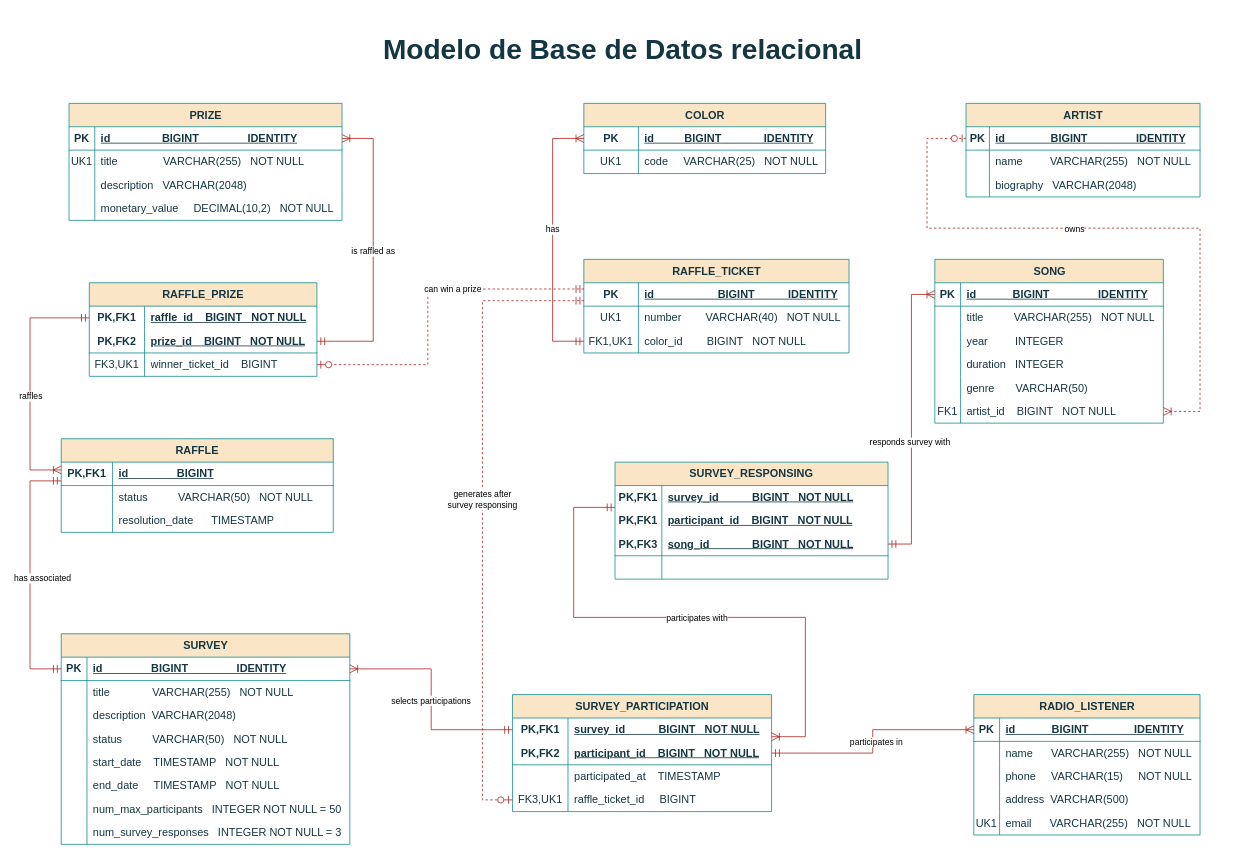
Earlier version of the draw.io diagram page "Modelo BBDD Relacional" (4 of 6) of docs/diagramas-proyecto-01.drawio (davorpa/musical-surveyor-springboot-api). Source tidied: cells renumbered, new cells numbered last; positions are measured from the earlier drawing's top-left corner, leaving out a move shared by most shapes. Both pictures are drawn from the tidied source at 78%, with x=0, y=0 at pixel (22, 25).
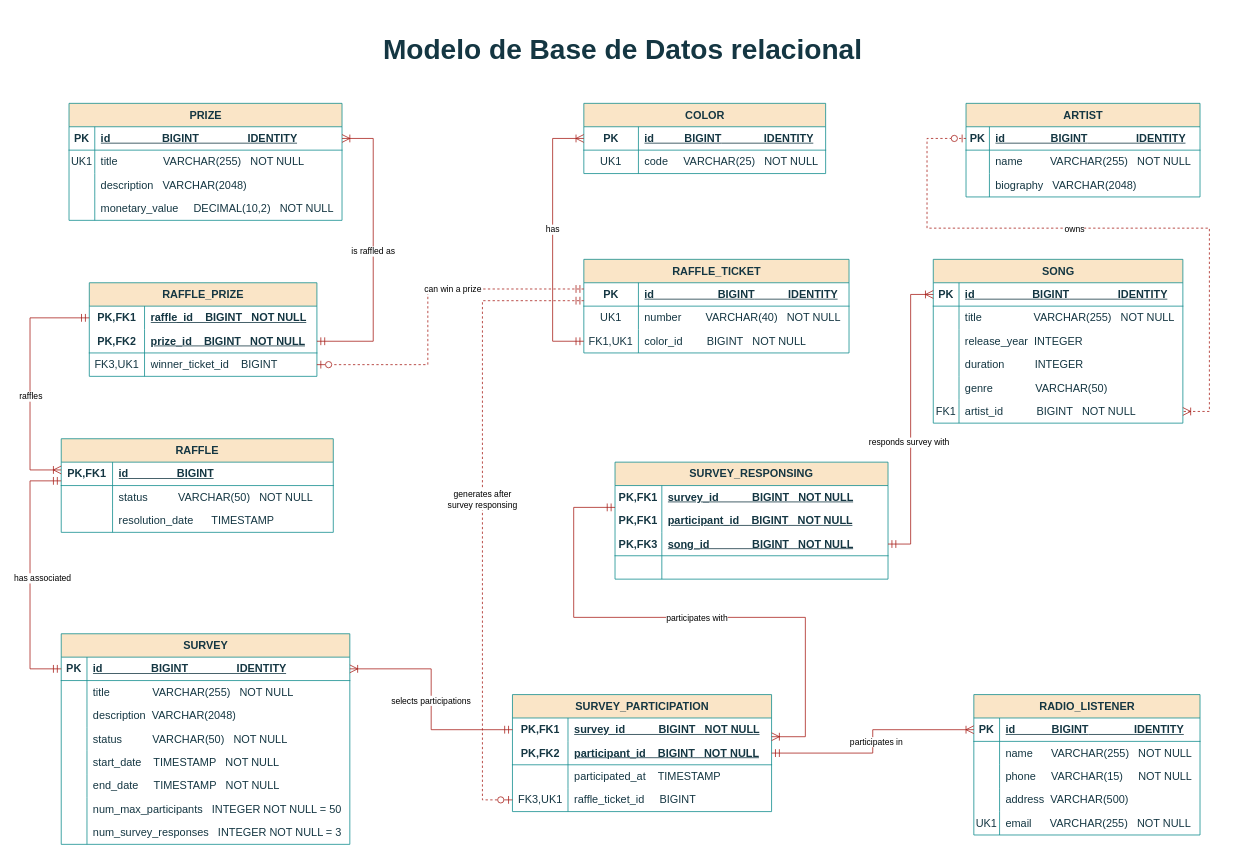
The same page after the edit.

Commit message (it also covers changes not shown here):
refactor!: rename SQL column and entity `Song` field `year`-> `release_year`

The change refers to these unchanged cells:
```xml
<mxCell id="3" style="shape=tableRow;horizontal=0;startSize=0;swimlaneHead=0;swimlaneBody=0;fillColor=none;points=[[0,0.5],[1,0.5]];portConstraint=eastwest;top=0;left=0;right=0;bottom=1;strokeColor=#0F8B8D;fontSize=14;fontColor=#143642;labelBackgroundColor=none;" parent="2" vertex="1">
  <mxGeometry y="30" width="300" height="30" as="geometry" />
</mxCell>
```

The edit, as a diff of the source:
```diff
@@
     <mxCell id="13" value="SONG" style="shape=table;startSize=30;childLayout=tableLayout;rowLines=0;fontStyle=1;align=center;html=1;strokeColor=#0F8B8D;fontSize=14;fontColor=#143642;fillColor=#FAE5C7;labelBackgroundColor=none;" parent="1" vertex="1">
-      <mxGeometry x="1170" y="300" width="293" height="210" as="geometry" />
+      <mxGeometry x="1168" y="300" width="320" height="210" as="geometry" />
     </mxCell>
     <mxCell id="14" style="shape=tableRow;horizontal=0;startSize=0;swimlaneHead=0;swimlaneBody=0;fillColor=none;points=[[0,0.5],[1,0.5]];portConstraint=eastwest;top=0;left=0;right=0;bottom=1;strokeColor=#0F8B8D;fontSize=14;fontColor=#143642;labelBackgroundColor=none;" parent="13" vertex="1">
-      <mxGeometry y="30" width="293" height="30" as="geometry" />
+      <mxGeometry y="30" width="320" height="30" as="geometry" />
     </mxCell>
@@
-    <mxCell id="16" value="id&amp;nbsp; &amp;nbsp; &amp;nbsp; &amp;nbsp; &amp;nbsp; &amp;nbsp; BIGINT&lt;span style=&quot;&quot;&gt;&amp;nbsp; &amp;nbsp; &amp;nbsp; &amp;nbsp; &amp;nbsp; &amp;nbsp; &amp;nbsp; &amp;nbsp; IDENTITY&lt;/span&gt;" style="shape=partialRectangle;fillColor=none;top=0;left=0;bottom=0;right=0;align=left;spacingLeft=6;fontStyle=5;overflow=hidden;whiteSpace=wrap;html=1;strokeColor=#0F8B8D;fontSize=14;fontColor=#143642;labelBackgroundColor=none;" parent="14" vertex="1">
-      <mxGeometry x="33" width="260" height="30" as="geometry" />
+    <mxCell id="16" value="id&amp;nbsp; &amp;nbsp; &amp;nbsp; &amp;nbsp; &amp;nbsp; &amp;nbsp; &amp;nbsp; &amp;nbsp; &amp;nbsp; &amp;nbsp;BIGINT&lt;span style=&quot;&quot;&gt;&amp;nbsp; &amp;nbsp; &amp;nbsp; &amp;nbsp; &amp;nbsp; &amp;nbsp; &amp;nbsp; &amp;nbsp; IDENTITY&lt;/span&gt;" style="shape=partialRectangle;fillColor=none;top=0;left=0;bottom=0;right=0;align=left;spacingLeft=6;fontStyle=5;overflow=hidden;whiteSpace=wrap;html=1;strokeColor=#0F8B8D;fontSize=14;fontColor=#143642;labelBackgroundColor=none;" parent="14" vertex="1">
+      <mxGeometry x="33" width="287" height="30" as="geometry" />
     </mxCell>
     <mxCell id="17" style="shape=tableRow;horizontal=0;startSize=0;swimlaneHead=0;swimlaneBody=0;fillColor=none;top=0;left=0;right=0;bottom=0;strokeColor=#0F8B8D;fontSize=14;fontColor=#143642;labelBackgroundColor=none;" parent="13" vertex="1">
-      <mxGeometry y="60" width="293" height="30" as="geometry" />
+      <mxGeometry y="60" width="320" height="30" as="geometry" />
     </mxCell>
@@
-    <mxCell id="19" value="title&amp;nbsp; &amp;nbsp; &amp;nbsp; &amp;nbsp; &amp;nbsp; VARCHAR(255)&amp;nbsp; &amp;nbsp;NOT NULL" style="shape=partialRectangle;fillColor=none;top=0;left=0;bottom=0;right=0;align=left;spacingLeft=6;overflow=hidden;whiteSpace=wrap;html=1;strokeColor=#0F8B8D;fontSize=14;fontColor=#143642;labelBackgroundColor=none;" parent="17" vertex="1">
-      <mxGeometry x="33" width="260" height="30" as="geometry" />
+    <mxCell id="19" value="title&amp;nbsp; &amp;nbsp; &amp;nbsp; &amp;nbsp; &amp;nbsp; &amp;nbsp; &amp;nbsp; &amp;nbsp; &amp;nbsp;VARCHAR(255)&amp;nbsp; &amp;nbsp;NOT NULL" style="shape=partialRectangle;fillColor=none;top=0;left=0;bottom=0;right=0;align=left;spacingLeft=6;overflow=hidden;whiteSpace=wrap;html=1;strokeColor=#0F8B8D;fontSize=14;fontColor=#143642;labelBackgroundColor=none;" parent="17" vertex="1">
+      <mxGeometry x="33" width="287" height="30" as="geometry" />
     </mxCell>
     <mxCell id="20" style="shape=tableRow;horizontal=0;startSize=0;swimlaneHead=0;swimlaneBody=0;fillColor=none;top=0;left=0;right=0;bottom=0;strokeColor=#0F8B8D;fontSize=14;fontColor=#143642;labelBackgroundColor=none;" parent="13" vertex="1">
-      <mxGeometry y="90" width="293" height="30" as="geometry" />
+      <mxGeometry y="90" width="320" height="30" as="geometry" />
     </mxCell>
@@
-    <mxCell id="22" value="year&amp;nbsp; &amp;nbsp; &amp;nbsp; &amp;nbsp; &amp;nbsp;INTEGER" style="shape=partialRectangle;fillColor=none;top=0;left=0;bottom=0;right=0;align=left;spacingLeft=6;overflow=hidden;whiteSpace=wrap;html=1;strokeColor=#0F8B8D;fontSize=14;fontColor=#143642;labelBackgroundColor=none;" parent="20" vertex="1">
-      <mxGeometry x="33" width="260" height="30" as="geometry" />
+    <mxCell id="22" value="release_year&amp;nbsp; INTEGER" style="shape=partialRectangle;fillColor=none;top=0;left=0;bottom=0;right=0;align=left;spacingLeft=6;overflow=hidden;whiteSpace=wrap;html=1;strokeColor=#0F8B8D;fontSize=14;fontColor=#143642;labelBackgroundColor=none;" parent="20" vertex="1">
+      <mxGeometry x="33" width="287" height="30" as="geometry" />
     </mxCell>
     <mxCell id="23" style="shape=tableRow;horizontal=0;startSize=0;swimlaneHead=0;swimlaneBody=0;fillColor=none;top=0;left=0;right=0;bottom=0;strokeColor=#0F8B8D;fontSize=14;fontColor=#143642;labelBackgroundColor=none;" parent="13" vertex="1">
-      <mxGeometry y="120" width="293" height="30" as="geometry" />
+      <mxGeometry y="120" width="320" height="30" as="geometry" />
     </mxCell>
@@
-    <mxCell id="25" value="duration&amp;nbsp; &amp;nbsp;INTEGER" style="shape=partialRectangle;fillColor=none;top=0;left=0;bottom=0;right=0;align=left;spacingLeft=6;overflow=hidden;whiteSpace=wrap;html=1;strokeColor=#0F8B8D;fontSize=14;fontColor=#143642;labelBackgroundColor=none;" parent="23" vertex="1">
-      <mxGeometry x="33" width="260" height="30" as="geometry" />
+    <mxCell id="25" value="duration&amp;nbsp; &amp;nbsp; &amp;nbsp; &amp;nbsp; &amp;nbsp; INTEGER" style="shape=partialRectangle;fillColor=none;top=0;left=0;bottom=0;right=0;align=left;spacingLeft=6;overflow=hidden;whiteSpace=wrap;html=1;strokeColor=#0F8B8D;fontSize=14;fontColor=#143642;labelBackgroundColor=none;" parent="23" vertex="1">
+      <mxGeometry x="33" width="287" height="30" as="geometry" />
     </mxCell>
     <mxCell id="26" style="shape=tableRow;horizontal=0;startSize=0;swimlaneHead=0;swimlaneBody=0;fillColor=none;top=0;left=0;right=0;bottom=0;strokeColor=#0F8B8D;fontSize=14;fontColor=#143642;labelBackgroundColor=none;" parent="13" vertex="1">
-      <mxGeometry y="150" width="293" height="30" as="geometry" />
+      <mxGeometry y="150" width="320" height="30" as="geometry" />
     </mxCell>
@@
-    <mxCell id="28" value="genre&amp;nbsp; &amp;nbsp; &amp;nbsp; &amp;nbsp;VARCHAR(50)" style="shape=partialRectangle;fillColor=none;top=0;left=0;bottom=0;right=0;align=left;spacingLeft=6;overflow=hidden;whiteSpace=wrap;html=1;strokeColor=#0F8B8D;fontSize=14;fontColor=#143642;labelBackgroundColor=none;" parent="26" vertex="1">
-      <mxGeometry x="33" width="260" height="30" as="geometry" />
+    <mxCell id="28" value="genre&amp;nbsp; &amp;nbsp; &amp;nbsp; &amp;nbsp; &amp;nbsp; &amp;nbsp; &amp;nbsp; VARCHAR(50)" style="shape=partialRectangle;fillColor=none;top=0;left=0;bottom=0;right=0;align=left;spacingLeft=6;overflow=hidden;whiteSpace=wrap;html=1;strokeColor=#0F8B8D;fontSize=14;fontColor=#143642;labelBackgroundColor=none;" parent="26" vertex="1">
+      <mxGeometry x="33" width="287" height="30" as="geometry" />
     </mxCell>
     <mxCell id="29" style="shape=tableRow;horizontal=0;startSize=0;swimlaneHead=0;swimlaneBody=0;fillColor=none;points=[[0,0.5],[1,0.5]];portConstraint=eastwest;top=0;left=0;right=0;bottom=0;strokeColor=#0F8B8D;fontSize=14;fontColor=#143642;labelBackgroundColor=none;" parent="13" vertex="1">
-      <mxGeometry y="180" width="293" height="30" as="geometry" />
+      <mxGeometry y="180" width="320" height="30" as="geometry" />
     </mxCell>
@@
-    <mxCell id="31" value="artist_id&amp;nbsp; &amp;nbsp; BIGINT&amp;nbsp; &amp;nbsp;NOT NULL" style="shape=partialRectangle;fillColor=none;top=0;left=0;bottom=0;right=0;align=left;spacingLeft=6;overflow=hidden;whiteSpace=wrap;html=1;strokeColor=#0F8B8D;fontSize=14;fontColor=#143642;labelBackgroundColor=none;" parent="29" vertex="1">
-      <mxGeometry x="33" width="260" height="30" as="geometry" />
+    <mxCell id="31" value="artist_id&amp;nbsp; &amp;nbsp; &amp;nbsp; &amp;nbsp; &amp;nbsp; &amp;nbsp;BIGINT&amp;nbsp; &amp;nbsp;NOT NULL" style="shape=partialRectangle;fillColor=none;top=0;left=0;bottom=0;right=0;align=left;spacingLeft=6;overflow=hidden;whiteSpace=wrap;html=1;strokeColor=#0F8B8D;fontSize=14;fontColor=#143642;labelBackgroundColor=none;" parent="29" vertex="1">
+      <mxGeometry x="33" width="287" height="30" as="geometry" />
     </mxCell>
     <mxCell id="32" style="fontSize=12;html=1;endArrow=ERoneToMany;startArrow=ERzeroToOne;rounded=0;strokeColor=#A8201A;fontColor=default;startSize=8;endSize=8;fillColor=#FAE5C7;edgeStyle=orthogonalEdgeStyle;labelBackgroundColor=none;dashed=1;" parent="1" edge="1" source="3" target="29">
       <mxGeometry relative="1" as="geometry">
         <Array as="points">
           <mxPoint x="1160" y="145" />
           <mxPoint x="1160" y="260" />
-          <mxPoint x="1510" y="260" />
-          <mxPoint x="1510" y="495" />
+          <mxPoint x="1522" y="260" />
+          <mxPoint x="1522" y="495" />
         </Array>
       </mxGeometry>
     </mxCell>
```
